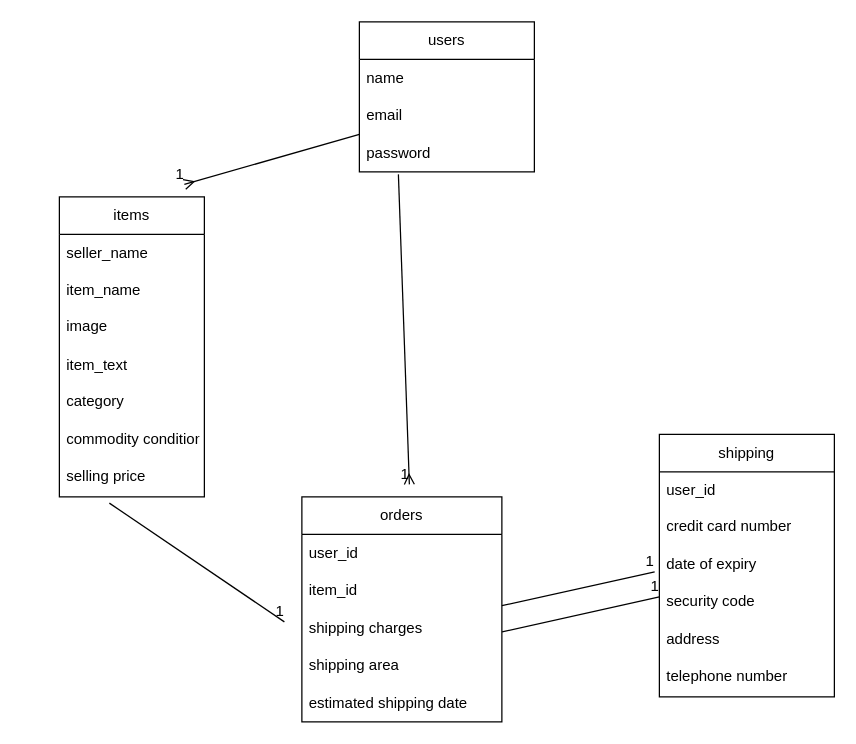
This is .dio from oberiberi/furima-39317, a draw.io file, before an edit. Source tidied: cells renumbered, new cells numbered last; positions are measured from the earlier drawing's top-left corner, leaving out a move shared by most shapes. Both pictures are drawn from the tidied source at 125%, with x=0, y=0 at pixel (59, 21).
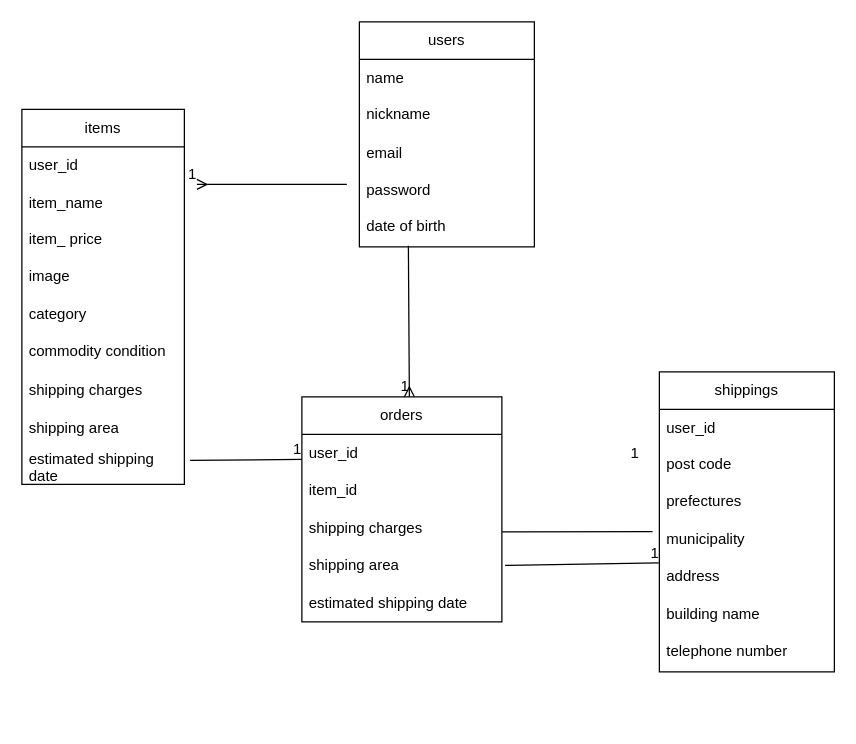
Above is the later version.

The change refers to these unchanged cells:
```xml
<mxCell id="7" value="address" style="text;strokeColor=none;fillColor=none;spacingLeft=4;spacingRight=4;overflow=hidden;points=[[0,0.5],[1,0.5]];portConstraint=eastwest;fontSize=12;" parent="2" vertex="1">
  <mxGeometry y="150" width="140" height="30" as="geometry" />
</mxCell>
<mxCell id="27" value="shipping charges" style="text;strokeColor=none;fillColor=none;align=left;verticalAlign=middle;spacingLeft=4;spacingRight=4;overflow=hidden;points=[[0,0.5],[1,0.5]];portConstraint=eastwest;whiteSpace=wrap;html=1;" parent="24" vertex="1">
  <mxGeometry y="90" width="160" height="30" as="geometry" />
</mxCell>
<mxCell id="28" value="shipping area" style="text;strokeColor=none;fillColor=none;align=left;verticalAlign=middle;spacingLeft=4;spacingRight=4;overflow=hidden;points=[[0,0.5],[1,0.5]];portConstraint=eastwest;whiteSpace=wrap;html=1;" parent="24" vertex="1">
  <mxGeometry y="120" width="160" height="30" as="geometry" />
</mxCell>
```

What changed in the source:
```diff
@@
-    <mxCell id="2" value="shipping" style="swimlane;fontStyle=0;horizontal=1;startSize=30;whiteSpace=wrap;html=1;" parent="1" vertex="1">
-      <mxGeometry x="480" y="330" width="140" height="210" as="geometry" />
+    <mxCell id="2" value="shippings" style="swimlane;fontStyle=0;horizontal=1;startSize=30;whiteSpace=wrap;html=1;" parent="1" vertex="1">
+      <mxGeometry x="480" y="280" width="140" height="240" as="geometry" />
     </mxCell>
@@
-    <mxCell id="4" value="credit card number" style="text;strokeColor=none;fillColor=none;spacingLeft=4;spacingRight=4;overflow=hidden;fontSize=12;" parent="2" vertex="1">
-      <mxGeometry y="60" width="140" height="30" as="geometry" />
-    </mxCell>
-    <mxCell id="5" value="date of expiry" style="text;strokeColor=none;fillColor=none;spacingLeft=4;spacingRight=4;overflow=hidden;points=[[0,0.5],[1,0.5]];portConstraint=eastwest;fontSize=12;" parent="2" vertex="1">
-      <mxGeometry y="90" width="140" height="30" as="geometry" />
-    </mxCell>
-    <mxCell id="6" value="security code" style="text;strokeColor=none;fillColor=none;spacingLeft=4;spacingRight=4;overflow=hidden;fontSize=12;" parent="2" vertex="1">
-      <mxGeometry y="120" width="140" height="30" as="geometry" />
-    </mxCell>
+    <mxCell id="38" value="post code" style="text;strokeColor=none;fillColor=none;spacingLeft=4;spacingRight=4;overflow=hidden;fontSize=12;" parent="2" vertex="1">
+      <mxGeometry y="60" width="140" height="30" as="geometry" />
+    </mxCell>
+    <mxCell id="39" value="prefectures" style="text;strokeColor=none;fillColor=none;spacingLeft=4;spacingRight=4;overflow=hidden;fontSize=12;" parent="2" vertex="1">
+      <mxGeometry y="90" width="140" height="30" as="geometry" />
+    </mxCell>
+    <mxCell id="40" value="municipality" style="text;strokeColor=none;fillColor=none;spacingLeft=4;spacingRight=4;overflow=hidden;points=[[0,0.5],[1,0.5]];portConstraint=eastwest;fontSize=12;" parent="2" vertex="1">
+      <mxGeometry y="120" width="140" height="30" as="geometry" />
+    </mxCell>
@@
+    <mxCell id="41" value="building name" style="text;strokeColor=none;fillColor=none;spacingLeft=4;spacingRight=4;overflow=hidden;fontSize=12;" parent="2" vertex="1">
+      <mxGeometry y="180" width="140" height="30" as="geometry" />
+    </mxCell>
     <mxCell id="8" value="telephone number" style="text;strokeColor=none;fillColor=none;spacingLeft=4;spacingRight=4;overflow=hidden;fontSize=12;" parent="2" vertex="1">
-      <mxGeometry y="180" width="140" height="30" as="geometry" />
+      <mxGeometry y="210" width="140" height="30" as="geometry" />
     </mxCell>
@@
     <mxCell id="10" value="items" style="swimlane;fontStyle=0;horizontal=1;startSize=30;whiteSpace=wrap;html=1;" parent="1" vertex="1">
-      <mxGeometry y="140" width="116" height="240" as="geometry" />
+      <mxGeometry x="-30" y="70" width="130" height="300" as="geometry" />
     </mxCell>
-    <mxCell id="11" value="seller_name" style="text;strokeColor=none;fillColor=none;align=left;verticalAlign=middle;spacingLeft=4;spacingRight=4;overflow=hidden;whiteSpace=wrap;html=1;" parent="10" vertex="1">
-      <mxGeometry y="30" width="116" height="30" as="geometry" />
-    </mxCell>
+    <mxCell id="42" value="user_id" style="text;strokeColor=none;fillColor=none;align=left;verticalAlign=middle;spacingLeft=4;spacingRight=4;overflow=hidden;whiteSpace=wrap;html=1;" parent="10" vertex="1">
+      <mxGeometry y="30" width="130" height="30" as="geometry" />
+    </mxCell>
     <mxCell id="12" value="item_name" style="text;strokeColor=none;fillColor=none;align=left;verticalAlign=middle;spacingLeft=4;spacingRight=4;overflow=hidden;whiteSpace=wrap;html=1;" parent="10" vertex="1">
-      <mxGeometry y="60" width="116" height="30" as="geometry" />
+      <mxGeometry y="60" width="130" height="30" as="geometry" />
     </mxCell>
+    <mxCell id="19" value="item_ price" style="text;strokeColor=none;fillColor=none;spacingLeft=4;spacingRight=4;overflow=hidden;fontSize=12;" parent="10" vertex="1">
+      <mxGeometry y="90" width="130" height="30" as="geometry" />
+    </mxCell>
     <mxCell id="13" value="image" style="text;strokeColor=none;fillColor=none;spacingLeft=4;spacingRight=4;overflow=hidden;fontSize=12;" parent="10" vertex="1">
-      <mxGeometry y="90" width="116" height="30" as="geometry" />
+      <mxGeometry y="120" width="130" height="30" as="geometry" />
     </mxCell>
-    <mxCell id="14" value="item_text" style="text;strokeColor=none;fillColor=none;align=left;verticalAlign=middle;spacingLeft=4;spacingRight=4;overflow=hidden;whiteSpace=wrap;html=1;" parent="10" vertex="1">
-      <mxGeometry y="120" width="116" height="30" as="geometry" />
-    </mxCell>
     <mxCell id="15" value="category" style="text;strokeColor=none;fillColor=none;spacingLeft=4;spacingRight=4;overflow=hidden;fontSize=12;" parent="10" vertex="1">
-      <mxGeometry y="150" width="116" height="30" as="geometry" />
+      <mxGeometry y="150" width="130" height="30" as="geometry" />
     </mxCell>
     <mxCell id="16" value="commodity condition" style="text;strokeColor=none;fillColor=none;spacingLeft=4;spacingRight=4;overflow=hidden;fontSize=12;" parent="10" vertex="1">
-      <mxGeometry y="180" width="116" height="30" as="geometry" />
+      <mxGeometry y="180" width="130" height="30" as="geometry" />
     </mxCell>
-    <mxCell id="17" style="endArrow=none;html=1;rounded=0;" parent="10" edge="1">
-      <mxGeometry relative="1" as="geometry">
-        <mxPoint x="40" y="245" as="sourcePoint" />
-        <mxPoint x="180" y="340" as="targetPoint" />
-      </mxGeometry>
-    </mxCell>
-    <mxCell id="18" value="1" style="html=1;align=right;verticalAlign=bottom;" parent="17" vertex="1">
-      <mxGeometry x="1" relative="1" as="geometry" />
-    </mxCell>
-    <mxCell id="19" value="selling price" style="text;strokeColor=none;fillColor=none;spacingLeft=4;spacingRight=4;overflow=hidden;fontSize=12;" parent="10" vertex="1">
-      <mxGeometry y="210" width="116" height="30" as="geometry" />
-    </mxCell>
+    <mxCell id="43" value="shipping charges" style="text;strokeColor=none;fillColor=none;align=left;verticalAlign=middle;spacingLeft=4;spacingRight=4;overflow=hidden;whiteSpace=wrap;html=1;" parent="10" vertex="1">
+      <mxGeometry y="210" width="130" height="30" as="geometry" />
+    </mxCell>
+    <mxCell id="44" value="shipping area" style="text;strokeColor=none;fillColor=none;align=left;verticalAlign=middle;spacingLeft=4;spacingRight=4;overflow=hidden;whiteSpace=wrap;html=1;" parent="10" vertex="1">
+      <mxGeometry y="240" width="130" height="30" as="geometry" />
+    </mxCell>
+    <mxCell id="45" value="estimated shipping date" style="text;strokeColor=none;fillColor=none;align=left;verticalAlign=middle;spacingLeft=4;spacingRight=4;overflow=hidden;points=[[0,0.5],[1,0.5]];portConstraint=eastwest;whiteSpace=wrap;html=1;" parent="10" vertex="1">
+      <mxGeometry y="270" width="130" height="30" as="geometry" />
+    </mxCell>
     <mxCell id="20" value="users" style="swimlane;fontStyle=0;horizontal=1;startSize=30;whiteSpace=wrap;html=1;" parent="1" vertex="1">
-      <mxGeometry x="240" width="140" height="120" as="geometry" />
+      <mxGeometry x="240" width="140" height="180" as="geometry" />
     </mxCell>
@@
+    <mxCell id="46" value="nickname" style="text;strokeColor=none;fillColor=none;spacingLeft=4;spacingRight=4;overflow=hidden;fontSize=12;" parent="20" vertex="1">
+      <mxGeometry y="60" width="140" height="30" as="geometry" />
+    </mxCell>
     <mxCell id="22" value="email" style="text;strokeColor=none;fillColor=none;align=left;verticalAlign=middle;spacingLeft=4;spacingRight=4;overflow=hidden;whiteSpace=wrap;html=1;" parent="20" vertex="1">
-      <mxGeometry y="60" width="140" height="30" as="geometry" />
+      <mxGeometry y="90" width="140" height="30" as="geometry" />
     </mxCell>
     <mxCell id="23" value="password" style="text;strokeColor=none;fillColor=none;align=left;verticalAlign=middle;spacingLeft=4;spacingRight=4;overflow=hidden;points=[[0,0.5],[1,0.5]];portConstraint=eastwest;whiteSpace=wrap;html=1;" parent="20" vertex="1">
-      <mxGeometry y="90" width="140" height="30" as="geometry" />
+      <mxGeometry y="120" width="140" height="30" as="geometry" />
     </mxCell>
+    <mxCell id="47" value="date of birth" style="text;strokeColor=none;fillColor=none;spacingLeft=4;spacingRight=4;overflow=hidden;points=[[0,0.5],[1,0.5]];portConstraint=eastwest;fontSize=12;" parent="20" vertex="1">
+      <mxGeometry y="150" width="140" height="30" as="geometry" />
+    </mxCell>
     <mxCell id="24" value="orders" style="swimlane;fontStyle=0;horizontal=1;startSize=30;whiteSpace=wrap;html=1;" parent="1" vertex="1">
-      <mxGeometry x="194" y="380" width="160" height="180" as="geometry" />
+      <mxGeometry x="194" y="300" width="160" height="180" as="geometry" />
     </mxCell>
@@
-    <mxCell id="30" style="endArrow=ERmany;html=1;rounded=0;exitX=0.223;exitY=1.067;exitDx=0;exitDy=0;exitPerimeter=0;endFill=0;" parent="1" edge="1" source="23">
+    <mxCell id="30" style="endArrow=ERmany;html=1;rounded=0;exitX=0.28;exitY=0.967;exitDx=0;exitDy=0;exitPerimeter=0;endFill=0;" parent="1" edge="1" source="47">
       <mxGeometry relative="1" as="geometry">
-        <mxPoint x="280" y="370" as="targetPoint" />
+        <mxPoint x="280" y="300" as="targetPoint" />
       </mxGeometry>
     </mxCell>
@@
-    <mxCell id="32" style="endArrow=ERmany;html=1;rounded=0;exitX=0;exitY=0;exitDx=0;exitDy=0;exitPerimeter=0;endFill=0;" parent="1" edge="1" source="23">
+    <mxCell id="32" style="endArrow=ERmany;html=1;rounded=0;endFill=0;" parent="1" edge="1">
       <mxGeometry relative="1" as="geometry">
-        <mxPoint x="100" y="130" as="targetPoint" />
+        <mxPoint x="230" y="130" as="sourcePoint" />
+        <mxPoint x="110" y="130" as="targetPoint" />
       </mxGeometry>
     </mxCell>
@@
-    <mxCell id="34" style="endArrow=none;html=1;rounded=0;entryX=-0.027;entryY=0.667;entryDx=0;entryDy=0;entryPerimeter=0;" parent="1" edge="1" target="5">
-      <mxGeometry relative="1" as="geometry">
-        <mxPoint x="354" y="467" as="sourcePoint" />
-      </mxGeometry>
+    <mxCell id="34" style="endArrow=none;html=1;rounded=0;entryX=-0.003;entryY=0.093;entryDx=0;entryDy=0;entryPerimeter=0;exitX=1.016;exitY=0.493;exitDx=0;exitDy=0;exitPerimeter=0;" parent="1" edge="1" source="28" target="7">
+      <mxGeometry relative="1" as="geometry" />
     </mxCell>
@@
-    <mxCell id="36" style="endArrow=none;html=1;rounded=0;entryX=0.78;entryY=1.1;entryDx=0;entryDy=0;entryPerimeter=0;exitX=1.001;exitY=0.6;exitDx=0;exitDy=0;exitPerimeter=0;" parent="1" edge="1" source="27">
-      <mxGeometry relative="1" as="geometry">
-        <mxPoint x="480" y="460" as="targetPoint" />
-      </mxGeometry>
+    <mxCell id="36" style="endArrow=none;html=1;rounded=0;entryX=-0.039;entryY=0.26;entryDx=0;entryDy=0;entryPerimeter=0;exitX=1.001;exitY=0.6;exitDx=0;exitDy=0;exitPerimeter=0;" parent="1" edge="1" source="27" target="40">
+      <mxGeometry relative="1" as="geometry" />
     </mxCell>
     <mxCell id="37" value="1" style="html=1;align=right;verticalAlign=bottom;" parent="36" vertex="1">
-      <mxGeometry x="1" relative="1" as="geometry" />
+      <mxGeometry x="1" relative="1" as="geometry">
+        <mxPoint x="-10" y="-55" as="offset" />
+      </mxGeometry>
     </mxCell>
+    <mxCell id="17" style="endArrow=none;html=1;rounded=0;exitX=1.035;exitY=0.36;exitDx=0;exitDy=0;exitPerimeter=0;" parent="1" edge="1" source="45">
+      <mxGeometry relative="1" as="geometry">
+        <mxPoint x="194" y="350" as="targetPoint" />
+      </mxGeometry>
+    </mxCell>
+    <mxCell id="18" value="1" style="html=1;align=right;verticalAlign=bottom;" parent="17" vertex="1">
+      <mxGeometry x="1" relative="1" as="geometry" />
+    </mxCell>
```
